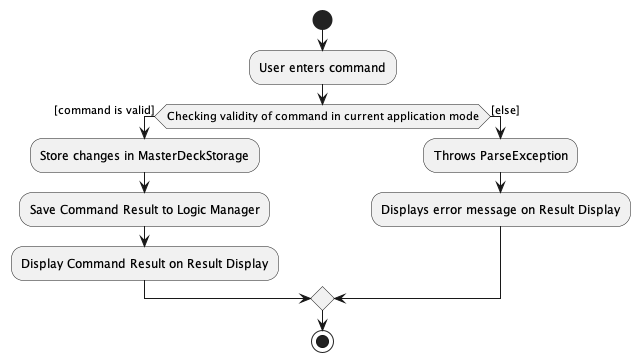
Before: docs/images/CommandValidityActivityDiagram.png, a diagram exported from PlantUML (nus-cs2103-AY2223S2/tp).
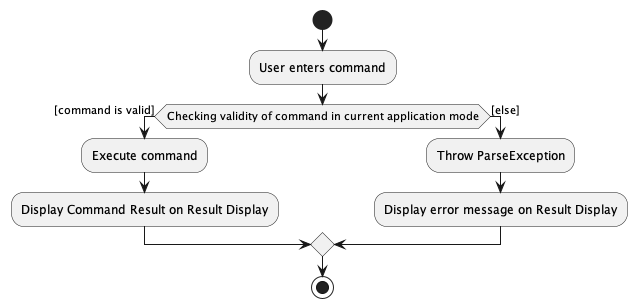
After the commit.

What changed in the source:
```diff
@@ -4,12 +4,11 @@
 :User enters command;
 
 if (Checking validity of command in current application mode) then ([command is valid])
-    :Store changes in MasterDeckStorage;
-    :Save Command Result to Logic Manager;
+    :Execute command;
     :Display Command Result on Result Display;
 else ([else])
-    :Throws ParseException;
-    :Displays error message on Result Display;
+    :Throw ParseException;
+    :Display error message on Result Display;
 
 endif
 
```
